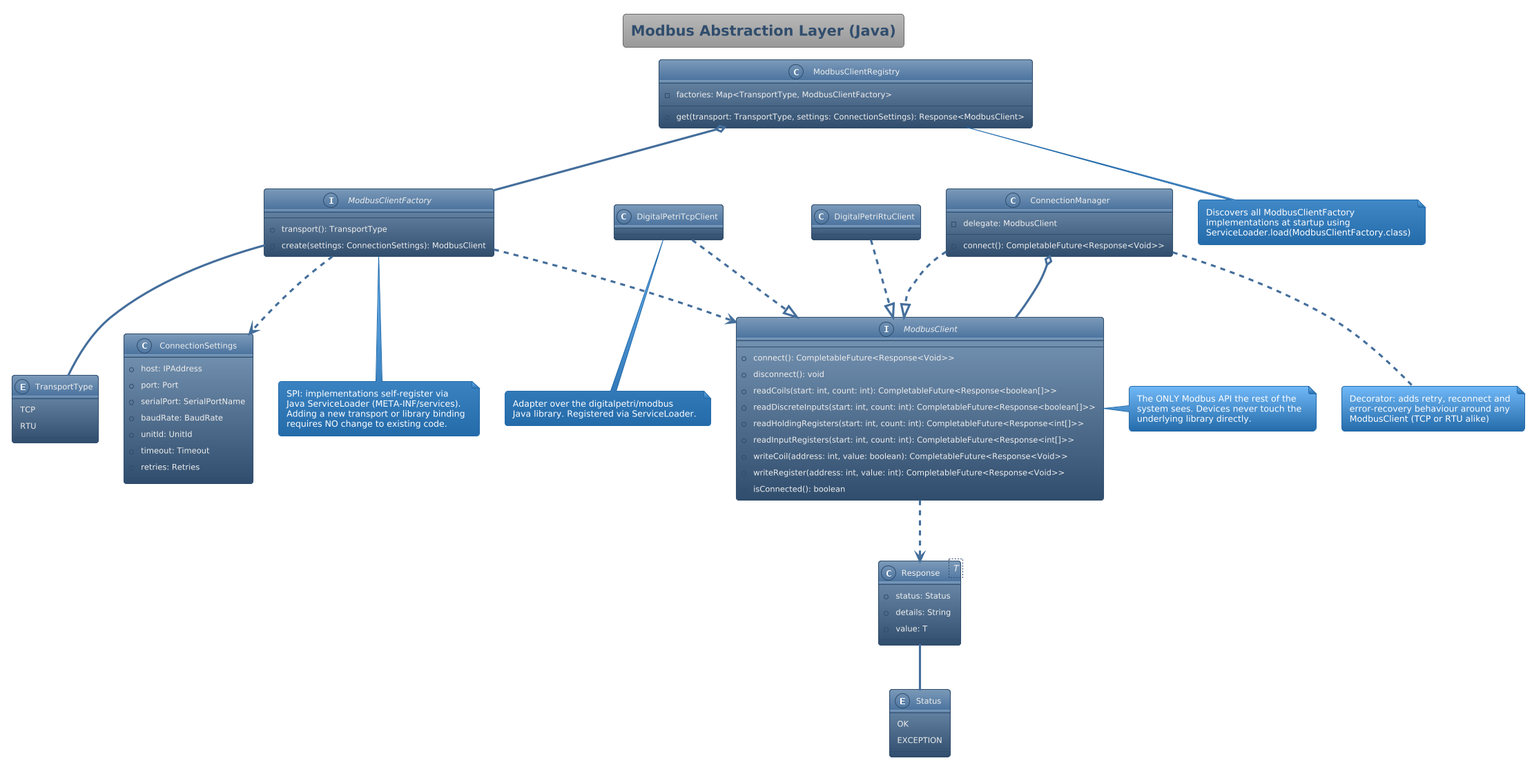
Above: designs/01 Modbus Abstraction.png in OODesigns/modbus-abstraction-layer (PlantUML), before the change.
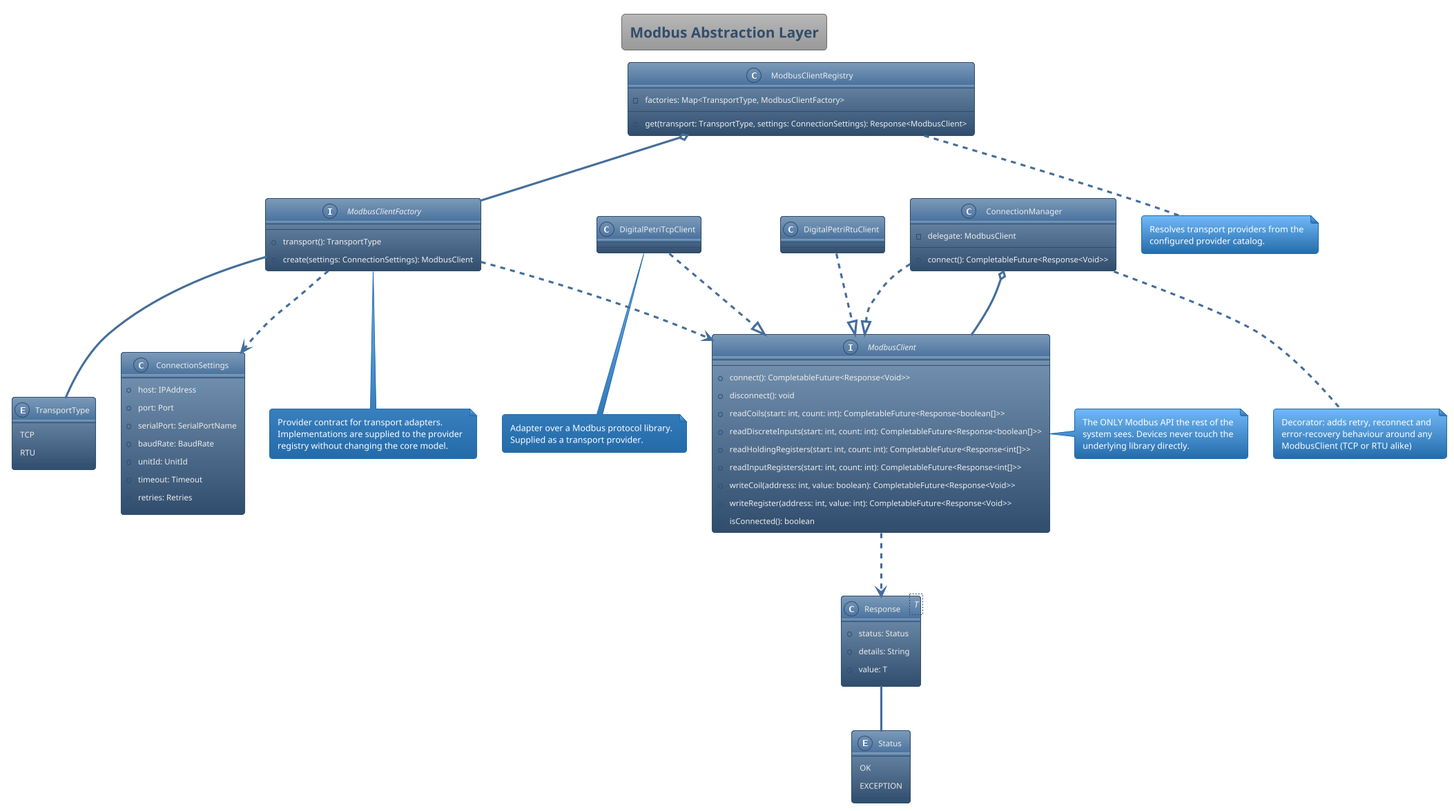
Later version of the same file.

Commit message:
docs: make provider design implementation-neutral

The edit, as a diff of the source:
```diff
@@ -1,7 +1,7 @@
 @startuml
 !theme spacelab
 
-title Modbus Abstraction Layer (Java)
+title Modbus Abstraction Layer
 
 interface ModbusClient {
   +connect(): CompletableFuture<Response<Void>>
@@ -25,10 +25,9 @@
   +create(settings: ConnectionSettings): ModbusClient
 }
 note bottom of ModbusClientFactory
-  SPI: implementations self-register via
-  Java ServiceLoader (META-INF/services).
-  Adding a new transport or library binding
-  requires NO change to existing code.
+  Provider contract for transport adapters.
+  Implementations are supplied to the provider
+  registry without changing the core model.
 end note
 
 enum TransportType {
@@ -41,9 +40,8 @@
   +get(transport: TransportType, settings: ConnectionSettings): Response<ModbusClient>
 }
 note bottom of ModbusClientRegistry
-  Discovers all ModbusClientFactory
-  implementations at startup using
-  ServiceLoader.load(ModbusClientFactory.class)
+  Resolves transport providers from the
+  configured provider catalog.
 end note
 
 class ConnectionSettings {
@@ -68,8 +66,8 @@
 
 class DigitalPetriTcpClient {}
 note bottom of DigitalPetriTcpClient
-  Adapter over the digitalpetri/modbus
-  Java library. Registered via ServiceLoader.
+  Adapter over a Modbus protocol library.
+  Supplied as a transport provider.
 end note
 
 class DigitalPetriRtuClient {}
@@ -85,7 +83,7 @@
   EXCEPTION
 }
 
-ModbusClientRegistry o-- ModbusClientFactory : discovers via ServiceLoader
+ModbusClientRegistry o-- ModbusClientFactory : resolves from provider catalog
 ModbusClientFactory ..> ModbusClient : creates
 ModbusClientFactory ..> ConnectionSettings : configured by
 ModbusClientFactory -- TransportType
```
